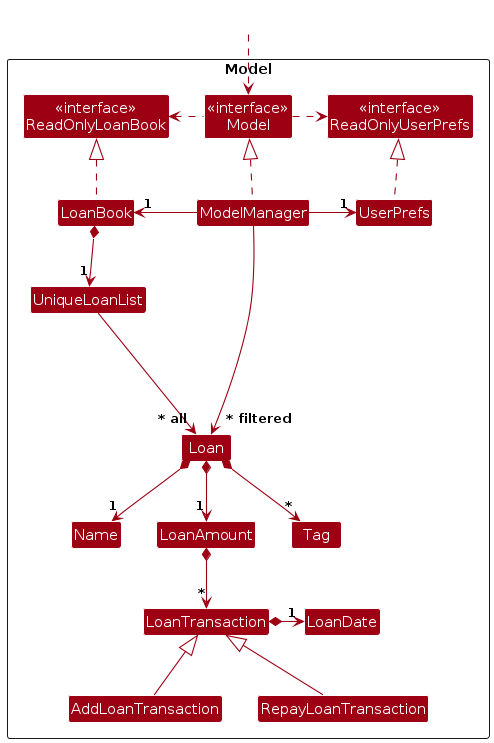
The PlantUML diagram diagrams/ModelClassDiagram.png in changjy81/tp, before a commit. Its source is kept beside it as diagrams/ModelClassDiagram.puml. The source it was exported from:
```plantuml
@startuml
!include style.puml
skinparam arrowThickness 1.1
skinparam arrowColor MODEL_COLOR
skinparam classBackgroundColor MODEL_COLOR

Package Model as ModelPackage <<Rectangle>>{
Class "<<interface>>\nReadOnlyLoanBook" as ReadOnlyLoanBook
Class "<<interface>>\nReadOnlyUserPrefs" as ReadOnlyUserPrefs
Class "<<interface>>\nModel" as Model
Class LoanBook
Class ModelManager
Class UserPrefs

Class UniqueLoanList
Class Loan
Class Name
Class LoanAmount
Class Tag

Class LoanTransaction
Class AddLoanTransaction extends LoanTransaction
Class RepayLoanTransaction extends LoanTransaction
Class LoanDate

Class I #FFFFFF
}

Class HiddenOutside #FFFFFF
HiddenOutside ..> Model

LoanBook .up.|> ReadOnlyLoanBook

ModelManager .up.|> Model
Model .right.> ReadOnlyUserPrefs
Model .left.> ReadOnlyLoanBook
ModelManager -left-> "1" LoanBook
ModelManager -right-> "1" UserPrefs
UserPrefs .up.|> ReadOnlyUserPrefs

LoanBook *--> "1" UniqueLoanList
UniqueLoanList --> "~* all" Loan
Loan *--> "1" Name
Loan *--> "1" LoanAmount
Loan *--> "*" Tag

Loan -[hidden]up--> I
UniqueLoanList -[hidden]right-> I

LoanAmount *-down-> "*" LoanTransaction
LoanTransaction *-> "1" LoanDate


ModelManager --> "~* filtered" Loan
@enduml
```
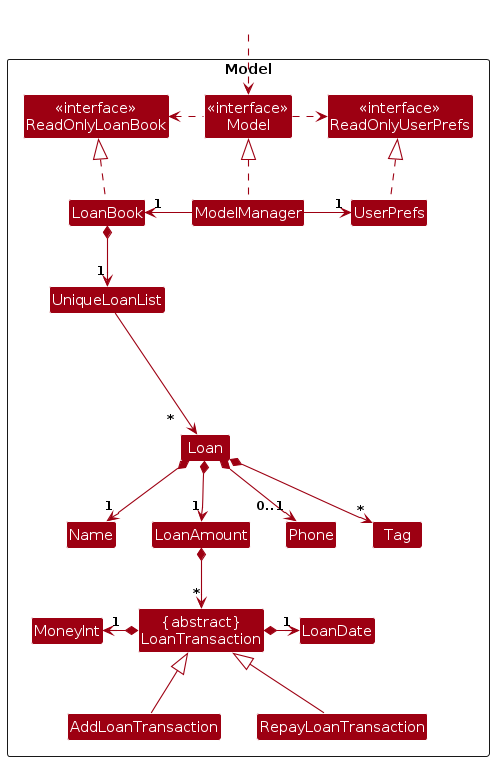
After the commit.

Diff of the diagram source:
```diff
@@ -16,12 +16,14 @@
 Class Loan
 Class Name
 Class LoanAmount
+Class Phone
 Class Tag
 
-Class LoanTransaction
+Class "{abstract}\nLoanTransaction" as LoanTransaction
 Class AddLoanTransaction extends LoanTransaction
 Class RepayLoanTransaction extends LoanTransaction
 Class LoanDate
+Class MoneyInt
 
 Class I #FFFFFF
 }
@@ -39,9 +41,10 @@
 UserPrefs .up.|> ReadOnlyUserPrefs
 
 LoanBook *--> "1" UniqueLoanList
-UniqueLoanList --> "~* all" Loan
+UniqueLoanList --> "~*   " Loan
 Loan *--> "1" Name
 Loan *--> "1" LoanAmount
+Loan *--> "0..1" Phone
 Loan *--> "*" Tag
 
 Loan -[hidden]up--> I
@@ -49,7 +52,7 @@
 
 LoanAmount *-down-> "*" LoanTransaction
 LoanTransaction *-> "1" LoanDate
+LoanTransaction *-left> "1" MoneyInt
 
 
-ModelManager --> "~* filtered" Loan
 @enduml
```
